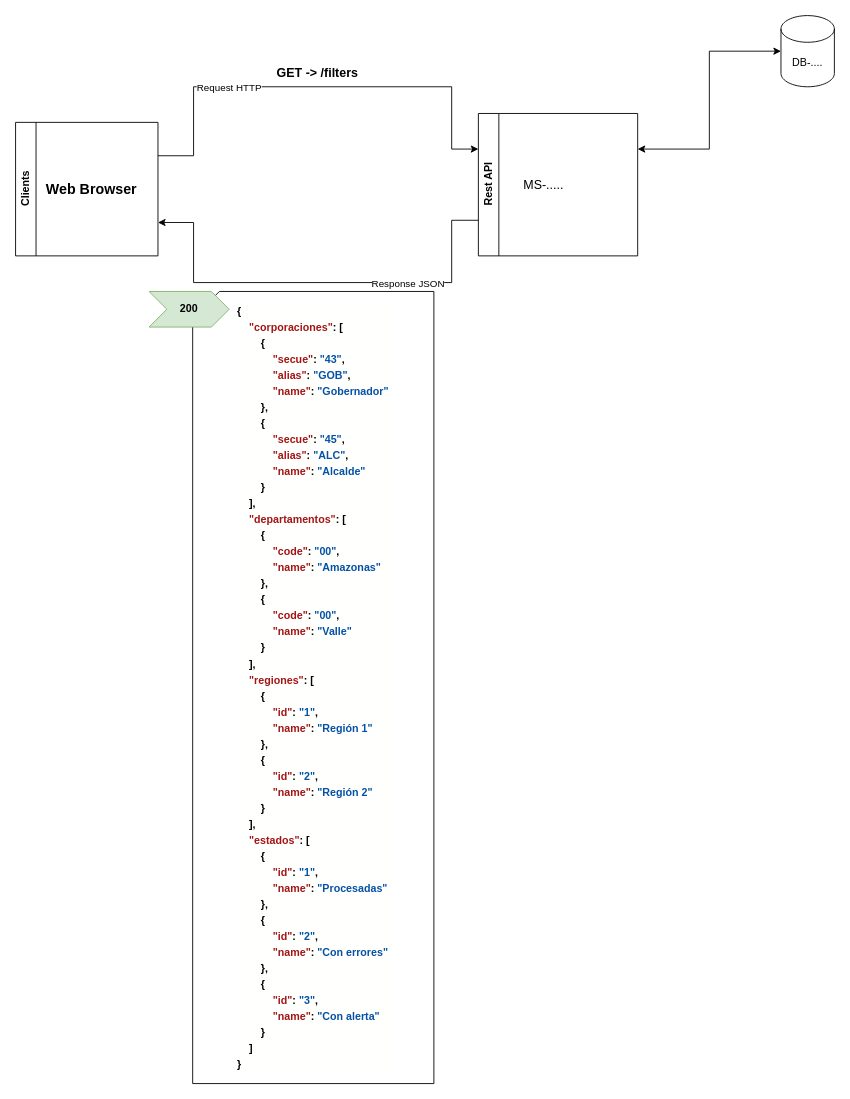
The draw.io diagram SINCO.drawio in jeankasd/drawio, before the edit. Source tidied: cells renumbered, new cells numbered last; positions are measured from the earlier drawing's top-left corner, leaving out a move shared by most shapes. Both pictures are drawn from the tidied source at 89%, with x=0, y=0 at pixel (15, 15).
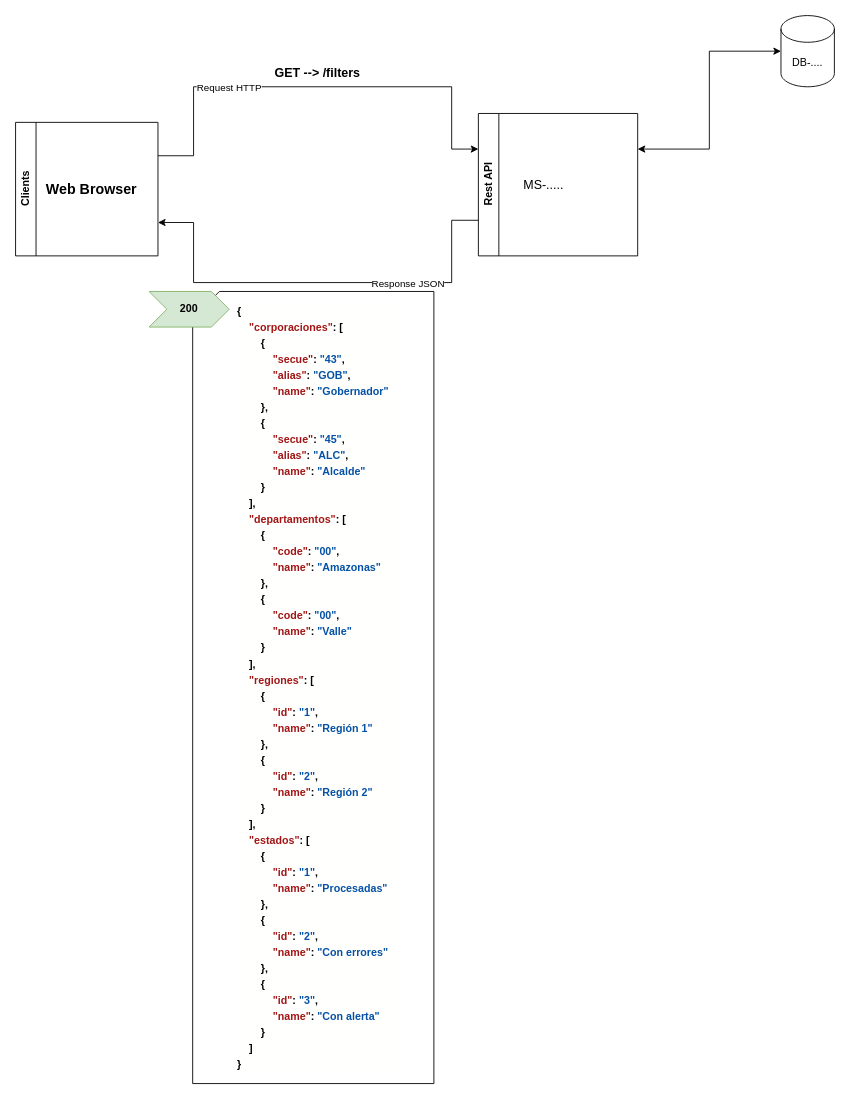
Above is the later version.

Change to the diagram source:
```diff
@@
-    <mxCell id="12" value="&lt;font style=&quot;font-size: 14px;&quot;&gt;GET -&amp;gt; /filters&lt;/font&gt;" style="text;html=1;align=center;verticalAlign=middle;strokeColor=none;fillColor=none;fontStyle=1;" parent="1" vertex="1">
+    <mxCell id="12" value="&lt;font style=&quot;font-size: 14px;&quot;&gt;GET --&amp;gt; /filters&lt;/font&gt;" style="text;html=1;align=center;verticalAlign=middle;strokeColor=none;fillColor=none;fontStyle=1;" parent="1" vertex="1">
       <mxGeometry x="284" y="50" width="110" height="30" as="geometry" />
     </mxCell>
```
